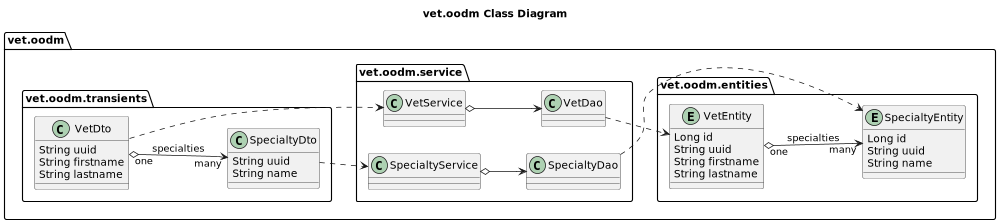
The PlantUML diagram uml/vet/implementation/DB__Class-vet_oodm_Class_Diagram.png in Jakarta-EE-Petclinic/petclinic-uml, before a commit.
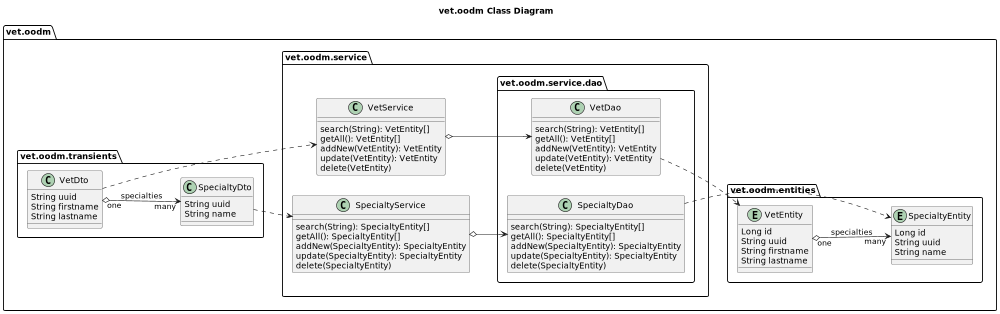
Later version of the same file.

Change to the diagram source:
```diff
@@ -29,19 +29,38 @@
     package vet.oodm.service {
 
         class VetService {
-
-        }
-
-        class VetDao {
-
+            search(String): VetEntity[]
+            getAll(): VetEntity[]
+            addNew(VetEntity): VetEntity
+            update(VetEntity): VetEntity
+            delete(VetEntity)
         }
 
         class SpecialtyService {
-
+            search(String): SpecialtyEntity[]
+            getAll(): SpecialtyEntity[]
+            addNew(SpecialtyEntity): SpecialtyEntity
+            update(SpecialtyEntity): SpecialtyEntity
+            delete(SpecialtyEntity)
         }
 
-        class SpecialtyDao {
+        package vet.oodm.service.dao {
 
+            class VetDao {
+                search(String): VetEntity[]
+                getAll(): VetEntity[]
+                addNew(VetEntity): VetEntity
+                update(VetEntity): VetEntity
+                delete(VetEntity)
+            }
+
+            class SpecialtyDao {
+                search(String): SpecialtyEntity[]
+                getAll(): SpecialtyEntity[]
+                addNew(SpecialtyEntity): SpecialtyEntity
+                update(SpecialtyEntity): SpecialtyEntity
+                delete(SpecialtyEntity)
+            }
         }
 
         VetService o--> VetDao
```
